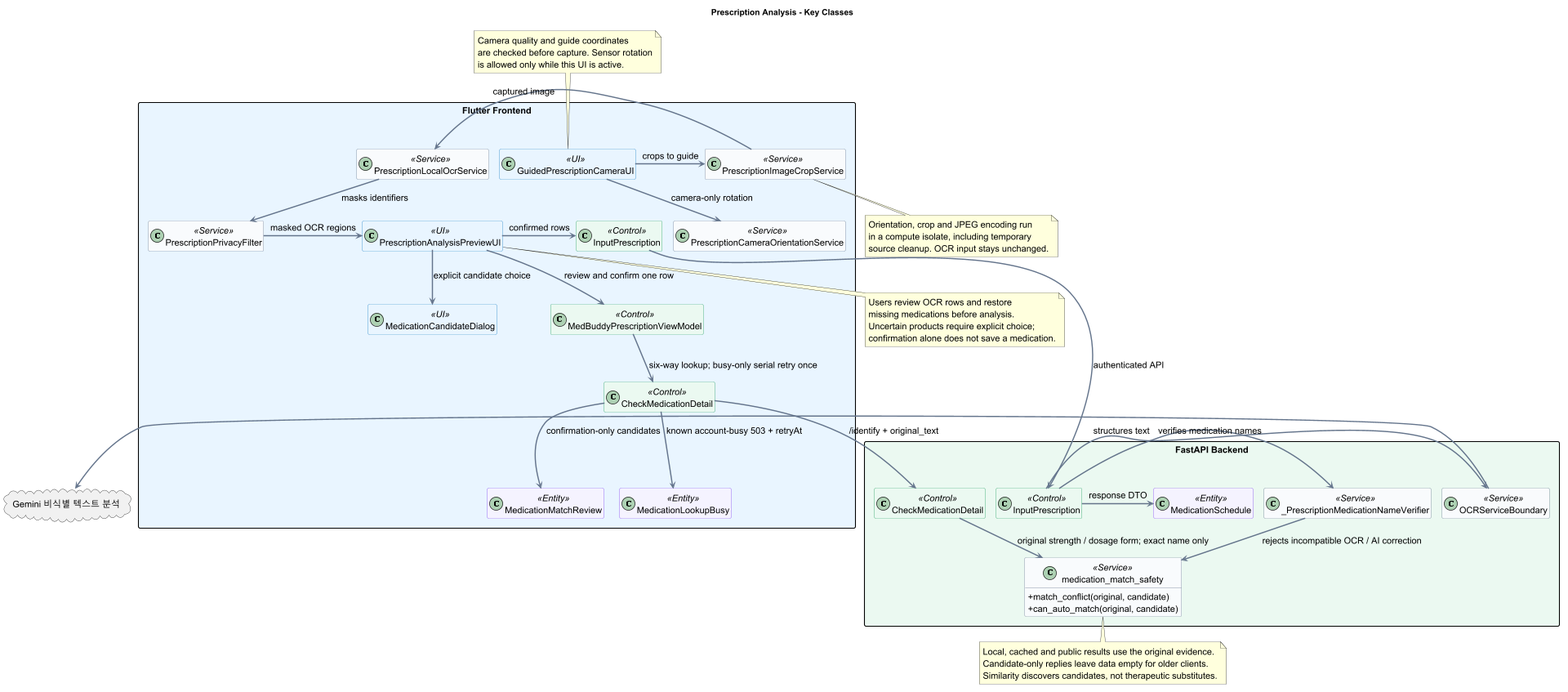
This is docs/UML/class/02_PrescriptionAnalysis.png from 1window2/MedBuddy, a PlantUML export, as it was before one commit.
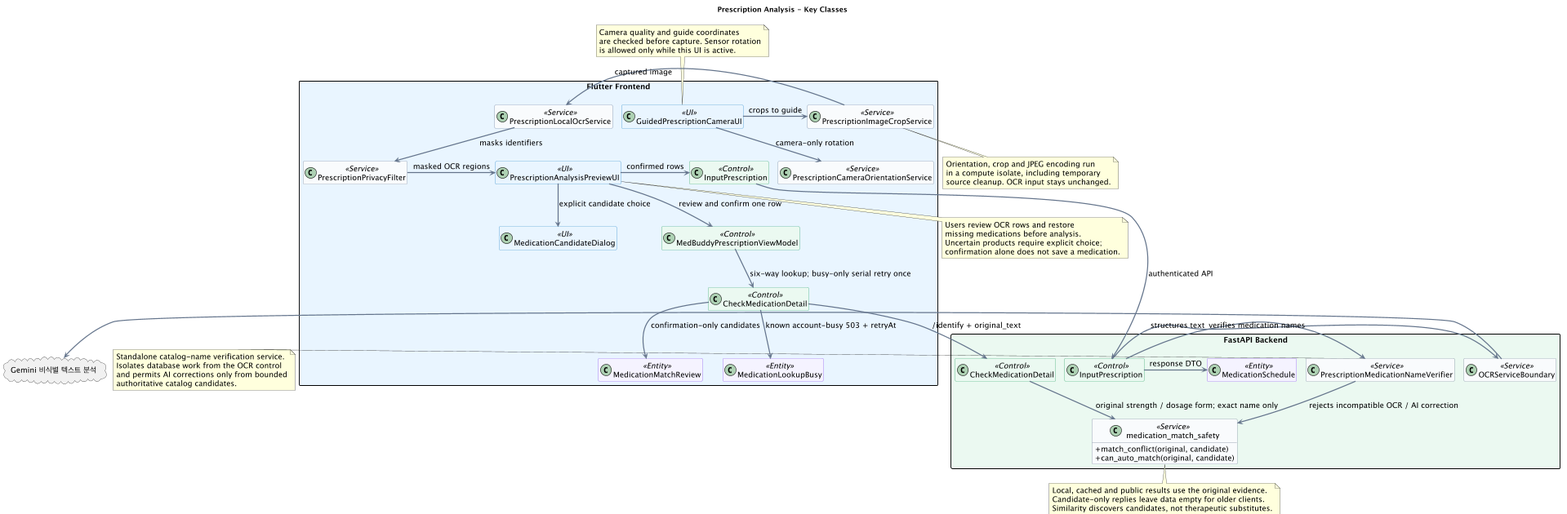
Later version of the same file.

The edit, as a diff of the source:
```diff
@@ -1,4 +1,5 @@
 @startuml
+!pragma layout smetana
 allowmixing
 scale max 1920 width
 top to bottom direction
@@ -46,7 +47,7 @@
 package "FastAPI Backend" #EAF8F0 {
   class "InputPrescription" as BInputPrescription <<Control>>
   class OCRServiceBoundary <<Service>>
-  class "_PrescriptionMedicationNameVerifier" as MedicationNameVerifier <<Service>>
+  class "PrescriptionMedicationNameVerifier" as MedicationNameVerifier <<Service>>
   class "MedicationSchedule" as BMedicationSchedule <<Entity>>
   class "CheckMedicationDetail" as BCheckMedicationDetail <<Control>>
   class "medication_match_safety" as MatchSafety <<Service>> {
@@ -77,6 +78,13 @@
 FCheckMedicationDetail --> MedicationLookupBusy : known account-busy 503 + retryAt
 BCheckMedicationDetail --> MatchSafety : original strength / dosage form; exact name only
 
+note right of MedicationNameVerifier
+  Standalone catalog-name verification service.
+  Isolates database work from the OCR control
+  and permits AI corrections only from bounded
+  authoritative catalog candidates.
+end note
+
 note bottom of PrescriptionAnalysisPreviewUI
   Users review OCR rows and restore
   missing medications before analysis.
```
